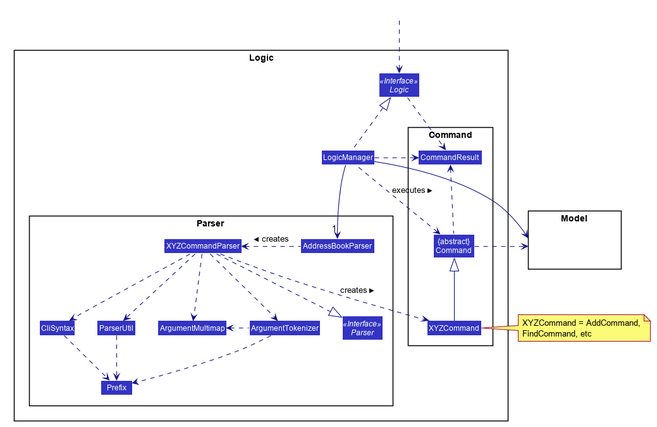
The PlantUML diagram images/LogicClassDiagram.png in wltan/tp, before a commit. Source of this version:
```plantuml
@startuml








skinparam BackgroundColor #FFFFFFF

skinparam Shadowing false

skinparam Class {
    FontColor #FFFFFF
    BorderThickness 1
    BorderColor #FFFFFF
    StereotypeFontColor #FFFFFF
    FontName Arial
}

skinparam Actor {
    BorderColor #000000
    Color #000000
    FontName Arial
}

skinparam Sequence {
    MessageAlign center
    BoxFontSize 15
    BoxPadding 0
    BoxFontColor #FFFFFF
    FontName Arial
}

skinparam Participant {
    FontColor #FFFFFFF
    Padding 20
}

skinparam MinClassWidth 50
skinparam ParticipantPadding 10
skinparam Shadowing false
skinparam DefaultTextAlignment center
skinparam packageStyle Rectangle

hide footbox
hide members
hide circle
skinparam arrowThickness 1.1
skinparam arrowColor #101086
skinparam classBackgroundColor #3333C4

package Logic {

package Parser {
Interface Parser <<Interface>>
Class AddressBookParser
Class XYZCommandParser
Class CliSyntax
Class ParserUtil
Class ArgumentMultimap
Class ArgumentTokenizer
Class Prefix
}

package Command {
Class XYZCommand
Class CommandResult
Class "{abstract}\nCommand" as Command
}

Interface Logic <<Interface>>
Class LogicManager
}

package Model{
Class HiddenModel #FFFFFF
}

Class HiddenOutside #FFFFFF
HiddenOutside ..> Logic

LogicManager .up.|> Logic
LogicManager -->"1" AddressBookParser
AddressBookParser .left.> XYZCommandParser: creates >

XYZCommandParser ..> XYZCommand : creates >
XYZCommandParser ..|> Parser
XYZCommandParser ..> ArgumentMultimap
XYZCommandParser ..> ArgumentTokenizer
ArgumentTokenizer .left.> ArgumentMultimap
XYZCommandParser ..> CliSyntax
CliSyntax ..> Prefix
XYZCommandParser ..> ParserUtil
ParserUtil .down.> Prefix
ArgumentTokenizer .down.> Prefix
XYZCommand -up-|> Command
LogicManager .left.> Command : executes >

LogicManager --> Model
Command .right.> Model
note right of XYZCommand: XYZCommand = AddCommand, \nFindCommand, etc

Logic ..> CommandResult
LogicManager .down.> CommandResult
Command .up.> CommandResult
CommandResult -[hidden]-> Parser
@enduml
```
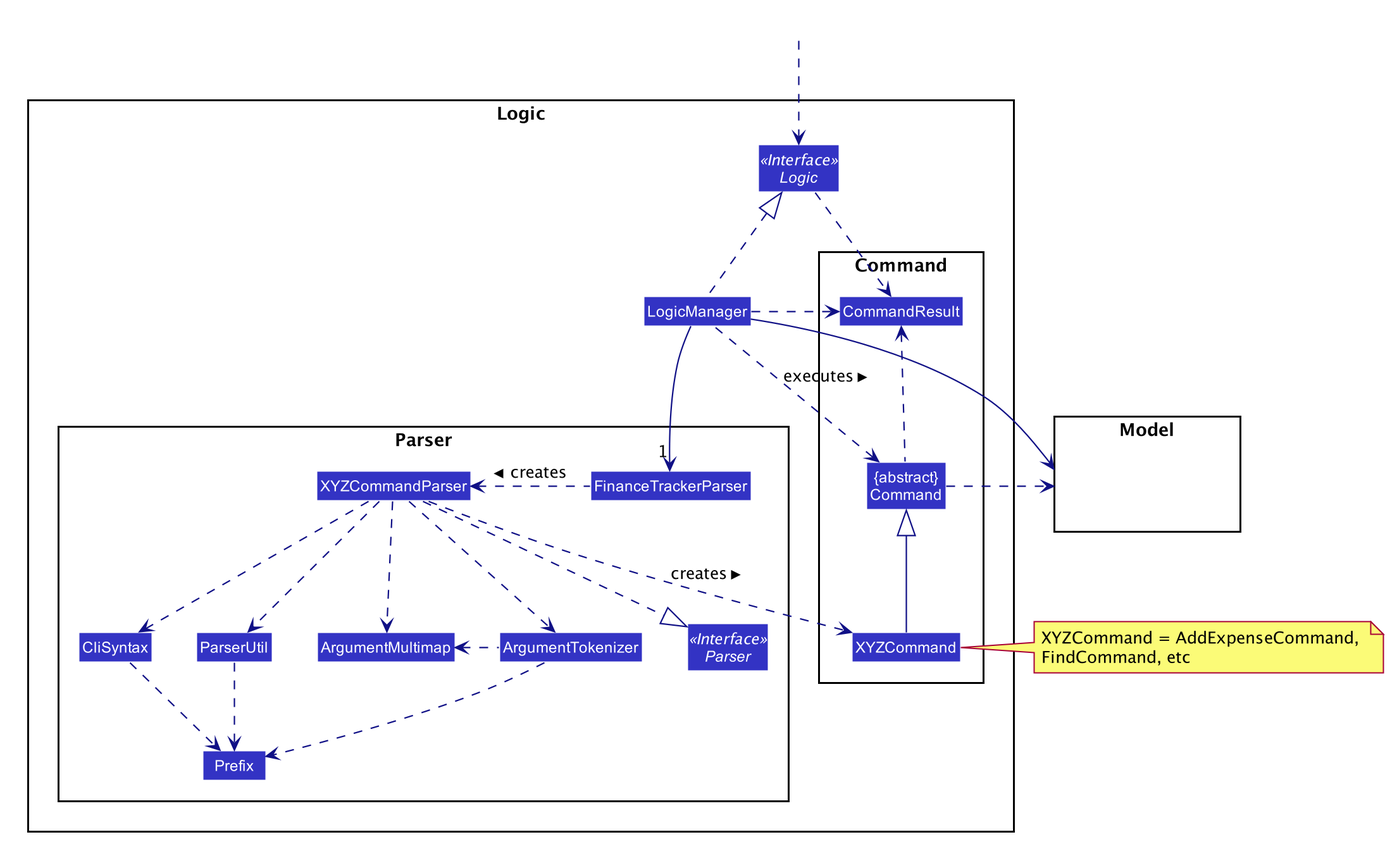
The same diagram one commit later.

Change to the diagram source:
```diff
@@ -55,7 +55,7 @@
 
 package Parser {
 Interface Parser <<Interface>>
-Class AddressBookParser
+Class FinanceTrackerParser
 Class XYZCommandParser
 Class CliSyntax
 Class ParserUtil
@@ -82,8 +82,8 @@
 HiddenOutside ..> Logic
 
 LogicManager .up.|> Logic
-LogicManager -->"1" AddressBookParser
-AddressBookParser .left.> XYZCommandParser: creates >
+LogicManager -->"1" FinanceTrackerParser
+FinanceTrackerParser .left.> XYZCommandParser: creates >
 
 XYZCommandParser ..> XYZCommand : creates >
 XYZCommandParser ..|> Parser
@@ -100,7 +100,7 @@
 
 LogicManager --> Model
 Command .right.> Model
-note right of XYZCommand: XYZCommand = AddCommand, \nFindCommand, etc
+note right of XYZCommand: XYZCommand = AddExpenseCommand, \nFindCommand, etc
 
 Logic ..> CommandResult
 LogicManager .down.> CommandResult
```
